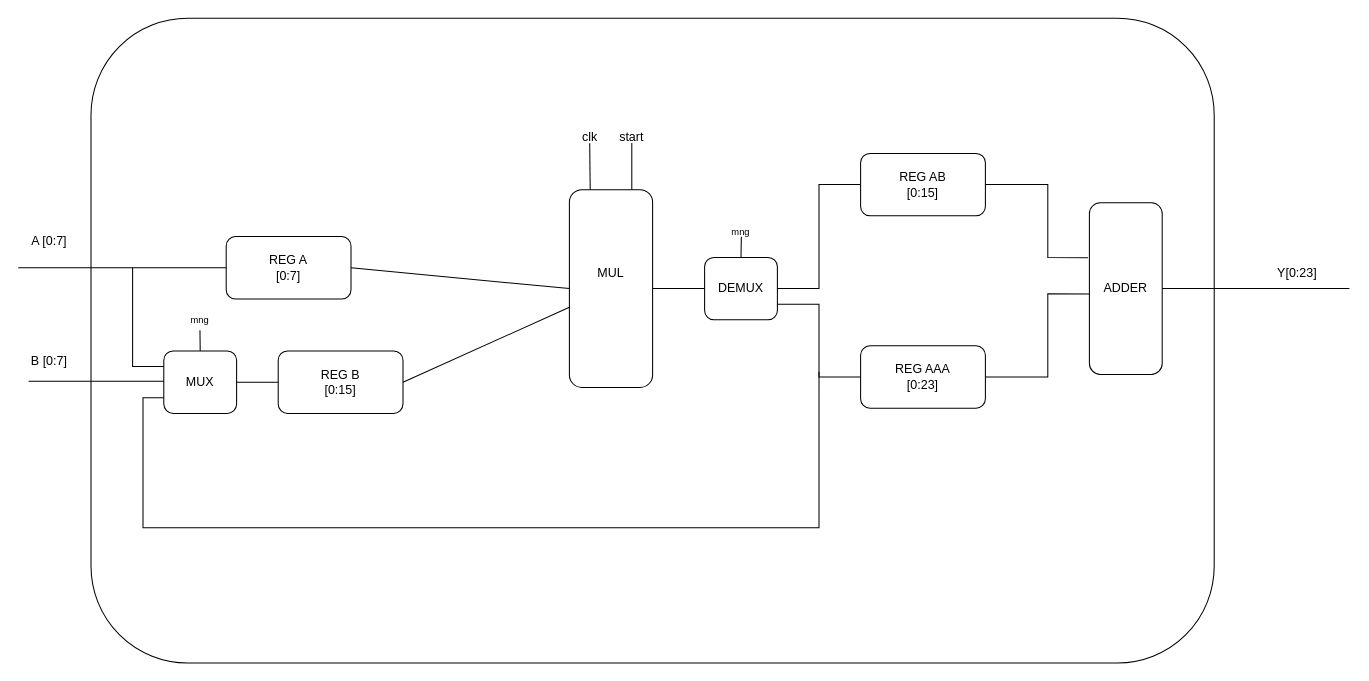
Above: Семестр 6/Схемотехника/lab2/img/main.drawio in Ivanio1/itmo-3course (draw.io), before the change. Source tidied: cells renumbered, new cells numbered last; positions are measured from the earlier drawing's top-left corner, leaving out a move shared by most shapes. Both pictures are drawn from the tidied source at 104%, with x=0, y=0 at pixel (18, 18).
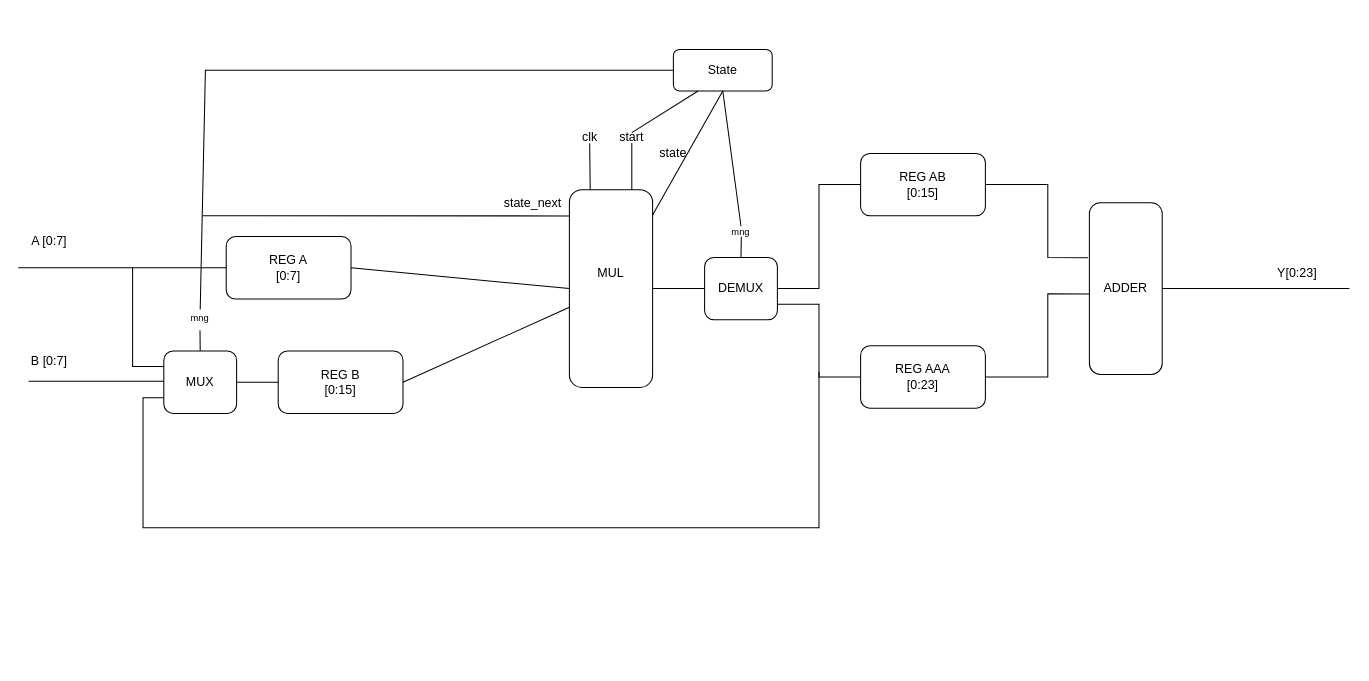
The same diagram, later.

The change refers to these unchanged cells:
```xml
<mxCell id="5" style="rounded=1;whiteSpace=wrap;html=1;" parent="1" vertex="1">
  <mxGeometry x="140" y="320" width="70" height="60" as="geometry" />
</mxCell>
<mxCell id="6" style="rounded=1;whiteSpace=wrap;html=1;" parent="1" vertex="1">
  <mxGeometry x="660" y="230" width="70" height="60" as="geometry" />
</mxCell>
<mxCell id="9" style="rounded=1;whiteSpace=wrap;html=1;" parent="1" vertex="1">
  <mxGeometry x="530" y="165" width="80" height="190" as="geometry" />
</mxCell>
```

Change to the diagram source:
```diff
@@
-    <mxCell id="2" style="rounded=1;whiteSpace=wrap;html=1;" parent="1" vertex="1">
-      <mxGeometry x="70" width="1080" height="620" as="geometry" />
-    </mxCell>
@@
-    <mxCell id="23" style="endArrow=none;html=1;rounded=0;exitX=0.5;exitY=0;exitDx=0;exitDy=0;entryX=0.097;entryY=0.484;entryDx=0;entryDy=0;entryPerimeter=0;" parent="1" edge="1" source="5" target="2">
-      <mxGeometry relative="1" as="geometry" />
+    <mxCell id="23" style="endArrow=none;html=1;rounded=0;exitX=0.5;exitY=0;exitDx=0;exitDy=0;entryX=0.097;entryY=0.484;entryDx=0;entryDy=0;entryPerimeter=0;" parent="1" edge="1" source="5">
+      <mxGeometry relative="1" as="geometry">
+        <mxPoint x="174.8" y="300.1" as="targetPoint" />
+      </mxGeometry>
     </mxCell>
-    <mxCell id="24" style="endArrow=none;html=1;rounded=0;exitX=0.5;exitY=0;exitDx=0;exitDy=0;entryX=0.579;entryY=0.339;entryDx=0;entryDy=0;entryPerimeter=0;" parent="1" edge="1" source="6" target="2">
-      <mxGeometry relative="1" as="geometry" />
+    <mxCell id="24" style="endArrow=none;html=1;rounded=0;exitX=0.5;exitY=0;exitDx=0;exitDy=0;entryX=0.579;entryY=0.339;entryDx=0;entryDy=0;entryPerimeter=0;" parent="1" edge="1" source="6">
+      <mxGeometry relative="1" as="geometry">
+        <mxPoint x="695.3" y="210.2" as="targetPoint" />
+      </mxGeometry>
     </mxCell>
-    <mxCell id="25" style="endArrow=none;html=1;rounded=0;entryX=0.25;entryY=0;entryDx=0;entryDy=0;exitX=0.444;exitY=0.194;exitDx=0;exitDy=0;exitPerimeter=0;" parent="1" edge="1" source="2" target="9">
-      <mxGeometry relative="1" as="geometry" />
+    <mxCell id="25" style="endArrow=none;html=1;rounded=0;entryX=0.25;entryY=0;entryDx=0;entryDy=0;exitX=0.444;exitY=0.194;exitDx=0;exitDy=0;exitPerimeter=0;" parent="1" edge="1" target="9">
+      <mxGeometry relative="1" as="geometry">
+        <mxPoint x="549.5" y="120.3" as="sourcePoint" />
+      </mxGeometry>
     </mxCell>
@@
     <mxCell id="31" value="&lt;font style=&quot;font-size: 9px;&quot;&gt;mng&lt;/font&gt;" style="text;html=1;align=center;verticalAlign=middle;whiteSpace=wrap;rounded=0;" parent="1" vertex="1">
-      <mxGeometry x="145" y="275" width="60" height="30" as="geometry" />
+      <mxGeometry x="145" y="280" width="60" height="15" as="geometry" />
     </mxCell>
     <mxCell id="32" value="&lt;font style=&quot;font-size: 9px;&quot;&gt;mng&lt;/font&gt;" style="text;html=1;align=center;verticalAlign=middle;whiteSpace=wrap;rounded=0;" parent="1" vertex="1">
-      <mxGeometry x="665" y="190" width="60" height="30" as="geometry" />
+      <mxGeometry x="665" y="200" width="60" height="10" as="geometry" />
     </mxCell>
@@
     <mxCell id="34" value="start" style="text;html=1;align=center;verticalAlign=middle;whiteSpace=wrap;rounded=0;" parent="1" vertex="1">
-      <mxGeometry x="560" y="100" width="60" height="30" as="geometry" />
+      <mxGeometry x="560" y="110" width="60" height="10" as="geometry" />
     </mxCell>
@@
+    <mxCell id="43" value="State" style="rounded=1;whiteSpace=wrap;html=1;" parent="1" vertex="1">
+      <mxGeometry x="630" y="30" width="95" height="40" as="geometry" />
+    </mxCell>
+    <mxCell id="44" style="endArrow=none;html=1;rounded=0;entryX=0.25;entryY=1;entryDx=0;entryDy=0;exitX=0.5;exitY=0;exitDx=0;exitDy=0;" parent="1" edge="1" source="34" target="43">
+      <mxGeometry relative="1" as="geometry" />
+    </mxCell>
+    <mxCell id="45" style="endArrow=none;html=1;rounded=0;entryX=0.5;entryY=1;entryDx=0;entryDy=0;exitX=0.5;exitY=0;exitDx=0;exitDy=0;" parent="1" edge="1" source="32" target="43">
+      <mxGeometry relative="1" as="geometry" />
+    </mxCell>
+    <mxCell id="46" style="endArrow=none;html=1;rounded=0;entryX=0;entryY=0.5;entryDx=0;entryDy=0;exitX=0.5;exitY=0;exitDx=0;exitDy=0;" parent="1" edge="1" source="31" target="43">
+      <mxGeometry relative="1" as="geometry">
+        <Array as="points">
+          <mxPoint x="180" y="50" />
+        </Array>
+      </mxGeometry>
+    </mxCell>
+    <mxCell id="47" style="endArrow=none;html=1;rounded=0;entryX=0.5;entryY=1;entryDx=0;entryDy=0;" parent="1" edge="1" source="9" target="43">
+      <mxGeometry relative="1" as="geometry" />
+    </mxCell>
+    <mxCell id="48" value="state" style="text;html=1;align=center;verticalAlign=middle;whiteSpace=wrap;rounded=0;" parent="1" vertex="1">
+      <mxGeometry x="600" y="115" width="60" height="30" as="geometry" />
+    </mxCell>
+    <mxCell id="49" style="endArrow=none;html=1;rounded=0;entryX=0.033;entryY=0.132;entryDx=0;entryDy=0;entryPerimeter=0;" parent="1" edge="1">
+      <mxGeometry relative="1" as="geometry">
+        <mxPoint x="177.4" y="190" as="sourcePoint" />
+        <mxPoint x="530" y="190.1" as="targetPoint" />
+      </mxGeometry>
+    </mxCell>
+    <mxCell id="50" value="state_next" style="text;html=1;align=center;verticalAlign=middle;whiteSpace=wrap;rounded=0;" parent="1" vertex="1">
+      <mxGeometry x="470" y="165" width="50" height="25" as="geometry" />
+    </mxCell>
```
